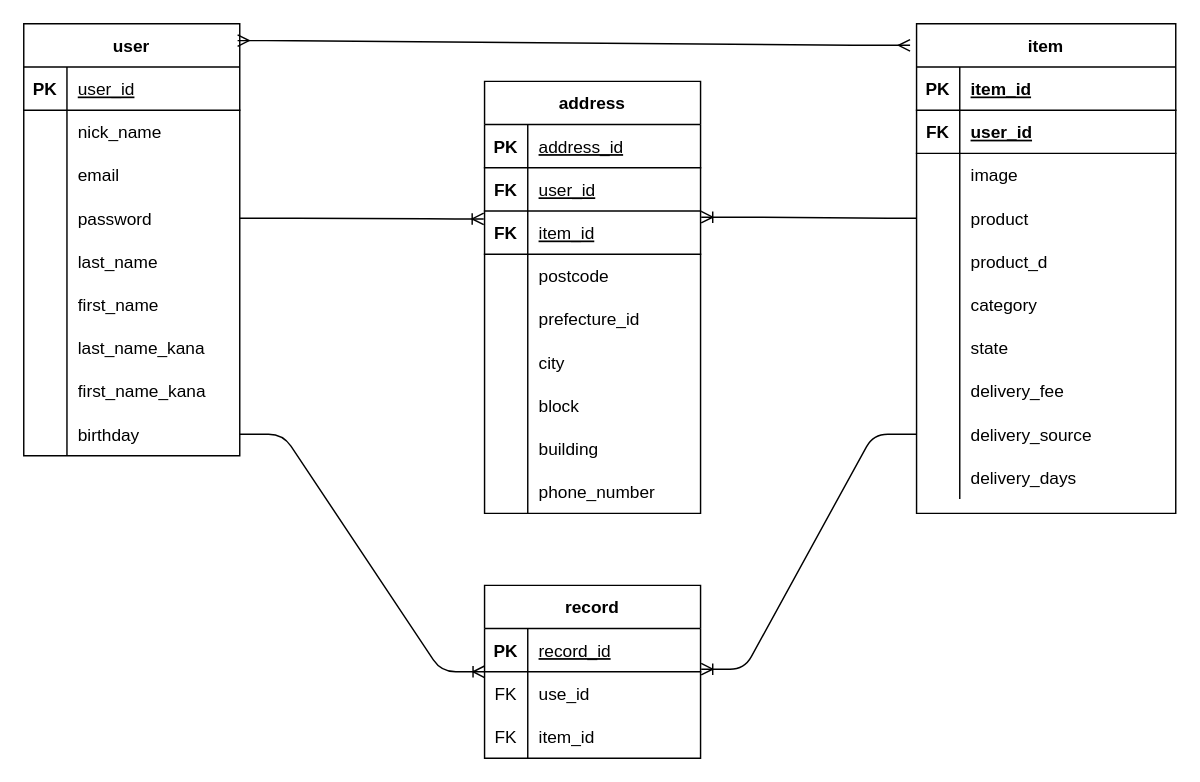
e-yamamoto0032/furima-32870 keeps this draw.io diagram as furima.dio. Above is the earlier version. Source tidied: cells renumbered, new cells numbered last; positions are measured from the earlier drawing's top-left corner, leaving out a move shared by most shapes. Both pictures are drawn from the tidied source at 144%, with x=0, y=0 at pixel (23, 23).
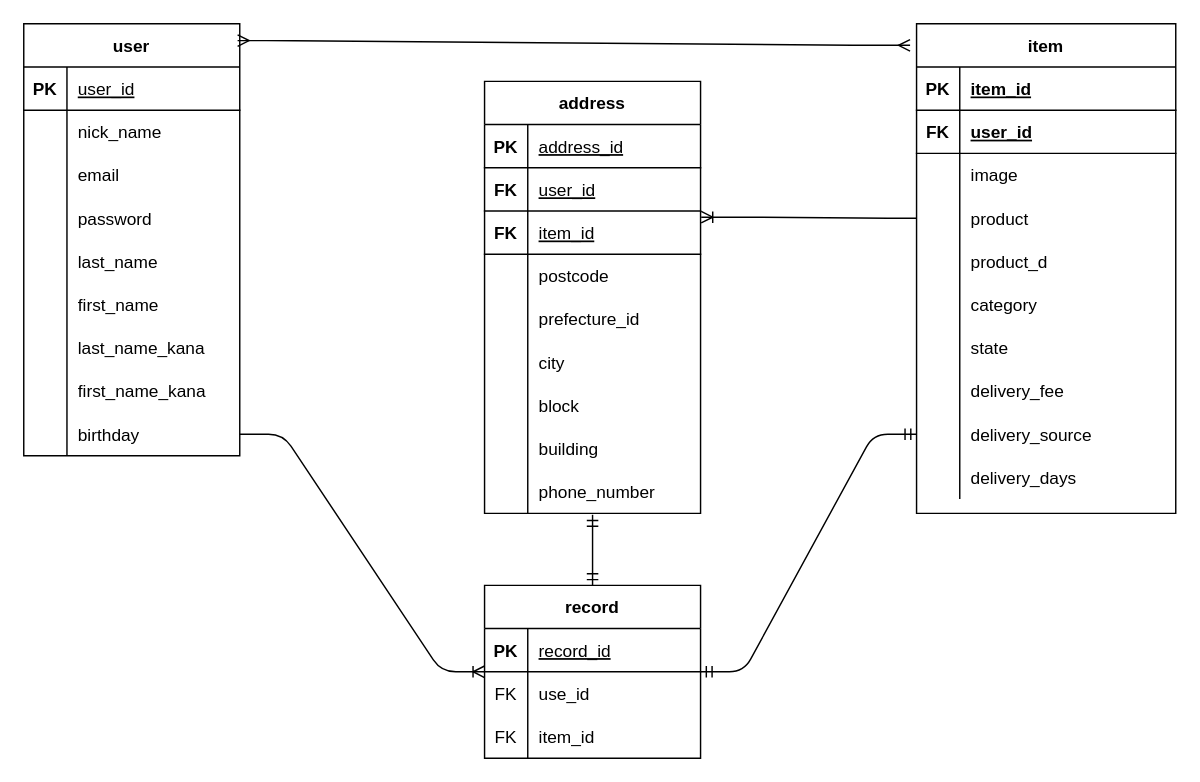
After the change.

Unchanged cells that the change refers to:
```xml
<mxCell id="12" style="shape=partialRectangle;fillColor=none;top=0;left=0;bottom=0;right=0;points=[[0,0.5],[1,0.5]];portConstraint=eastwest;" parent="2" vertex="1">
  <mxGeometry y="120" width="150" height="30" as="geometry" />
</mxCell>
<mxCell id="55" style="shape=partialRectangle;fillColor=none;top=0;left=0;bottom=0;right=0;points=[[0,0.5],[1,0.5]];portConstraint=eastwest;" parent="30" vertex="1">
  <mxGeometry y="270" width="180" height="30" as="geometry" />
</mxCell>
<mxCell id="68" style="shape=partialRectangle;fillColor=none;top=0;left=0;bottom=1;right=0;points=[[0,0.5],[1,0.5]];portConstraint=eastwest;" parent="61" vertex="1">
  <mxGeometry y="90" width="150" height="30" as="geometry" />
</mxCell>
<mxCell id="89" value="record" style="shape=table;startSize=30;childLayout=tableLayout;rowLines=0;fontStyle=1;align=center;" parent="1" vertex="1">
  <mxGeometry x="320" y="390" width="150" height="120" as="geometry" />
</mxCell>
<mxCell id="93" style="shape=partialRectangle;fillColor=none;top=0;left=0;bottom=0;right=0;points=[[0,0.5],[1,0.5]];portConstraint=eastwest;" parent="89" vertex="1">
  <mxGeometry y="60" width="150" height="30" as="geometry" />
</mxCell>
```

Change to the diagram source:
```diff
@@
-    <mxCell id="99" style="edgeStyle=entityRelationEdgeStyle;fontSize=12;html=1;endArrow=ERoneToMany;exitX=1;exitY=0.5;exitDx=0;exitDy=0;entryX=-0.004;entryY=0.184;entryDx=0;entryDy=0;entryPerimeter=0;" parent="1" edge="1" source="12" target="68">
-      <mxGeometry relative="1" as="geometry" />
-    </mxCell>
@@
-    <mxCell id="102" style="edgeStyle=entityRelationEdgeStyle;fontSize=12;html=1;endArrow=ERoneToMany;exitX=0;exitY=0.5;exitDx=0;exitDy=0;entryX=1.003;entryY=-0.059;entryDx=0;entryDy=0;entryPerimeter=0;" parent="1" edge="1" source="55" target="93">
-      <mxGeometry relative="1" as="geometry" />
-    </mxCell>
@@
+    <mxCell id="104" style="edgeStyle=entityRelationEdgeStyle;fontSize=12;html=1;endArrow=ERmandOne;startArrow=ERmandOne;entryX=0;entryY=0.5;entryDx=0;entryDy=0;" parent="1" edge="1" target="55">
+      <mxGeometry relative="1" as="geometry">
+        <mxPoint x="470" y="450" as="sourcePoint" />
+      </mxGeometry>
+    </mxCell>
+    <mxCell id="105" style="fontSize=12;html=1;endArrow=ERmandOne;startArrow=ERmandOne;entryX=0.5;entryY=0;entryDx=0;entryDy=0;" parent="1" edge="1" target="89">
+      <mxGeometry relative="1" as="geometry">
+        <mxPoint x="395" y="341" as="sourcePoint" />
+      </mxGeometry>
+    </mxCell>
```
